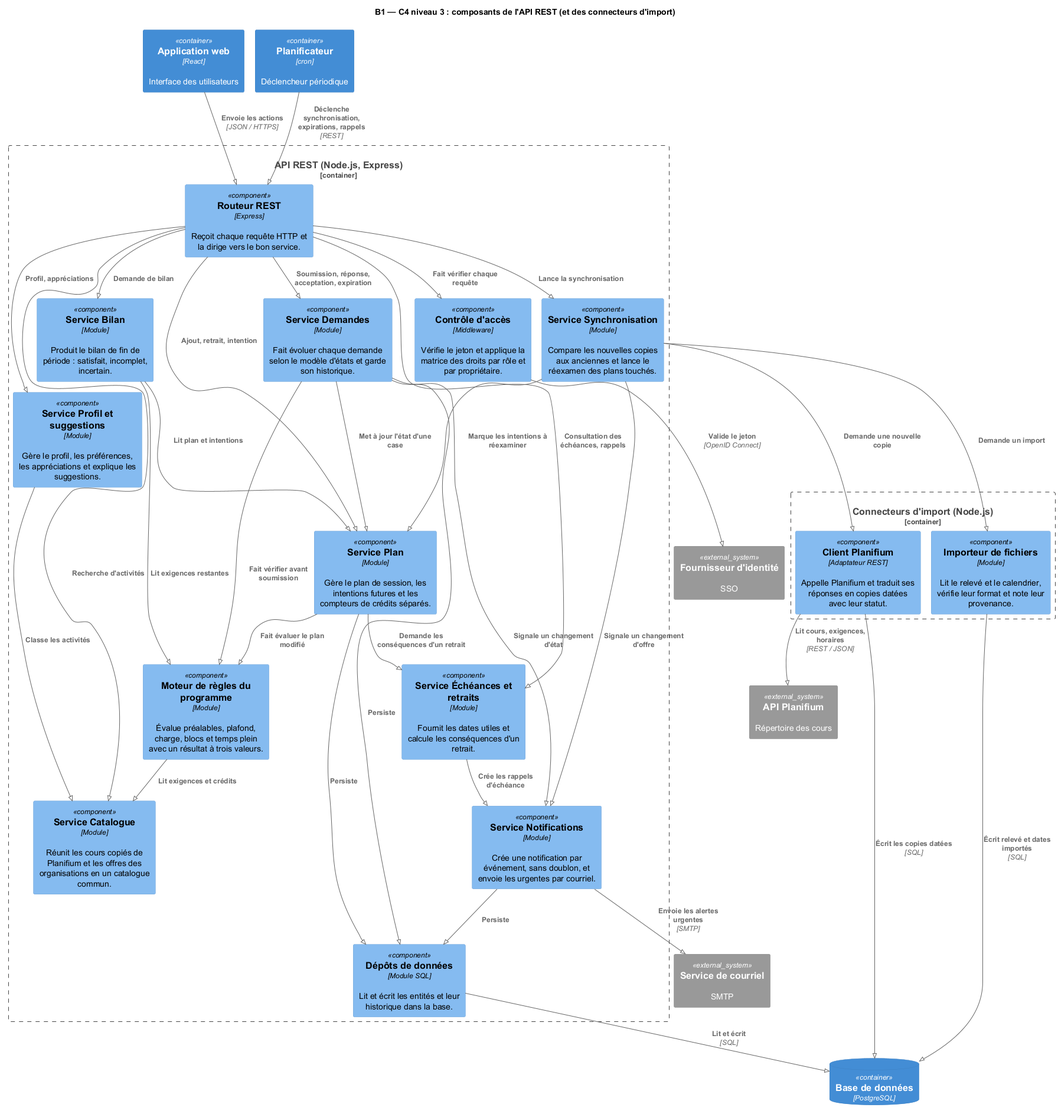
Earlier version of the PlantUML export phase2/diagrammes/B1-C4-Niveau3.png (Nada-ch12/IFT2255-equipe22). Source of this version:
```plantuml
@startuml B1-C4-Niveau3
!pragma layout smetana
!include <C4/C4_Component>
LAYOUT_TOP_DOWN()
title B1 — C4 niveau 3 : composants de l'API REST (et des connecteurs d'import)

Container(web, "Application web", "React", "Interface des utilisateurs")
Container(cron, "Planificateur", "cron", "Déclencheur périodique")
ContainerDb(db, "Base de données", "PostgreSQL")
System_Ext(idp, "Fournisseur d'identité", "SSO")
System_Ext(mail, "Service de courriel", "SMTP")
System_Ext(planif, "API Planifium", "Répertoire des cours")

Container_Boundary(api, "API REST (Node.js, Express)") {
  Component(rout, "Routeur REST", "Express", "Reçoit chaque requête HTTP et la dirige vers le bon service.")
  Component(acces, "Contrôle d'accès", "Middleware", "Vérifie le jeton et applique la matrice des droits par rôle et par propriétaire.")
  Component(profil, "Service Profil et suggestions", "Module", "Gère le profil, les préférences, les appréciations et explique les suggestions.")
  Component(cata, "Service Catalogue", "Module", "Réunit les cours copiés de Planifium et les offres des organisations en un catalogue commun.")
  Component(plan, "Service Plan", "Module", "Gère le plan de session, les intentions futures et les compteurs de crédits séparés.")
  Component(regles, "Moteur de règles du programme", "Module", "Évalue préalables, plafond, charge, blocs et temps plein avec un résultat à trois valeurs.")
  Component(dem, "Service Demandes", "Module", "Fait évoluer chaque demande selon le modèle d'états et garde son historique.")
  Component(ech, "Service Échéances et retraits", "Module", "Fournit les dates utiles et calcule les conséquences d'un retrait.")
  Component(notif, "Service Notifications", "Module", "Crée une notification par événement, sans doublon, et envoie les urgentes par courriel.")
  Component(sync, "Service Synchronisation", "Module", "Compare les nouvelles copies aux anciennes et lance le réexamen des plans touchés.")
  Component(bilan, "Service Bilan", "Module", "Produit le bilan de fin de période : satisfait, incomplet, incertain.")
  Component(depots, "Dépôts de données", "Module SQL", "Lit et écrit les entités et leur historique dans la base.")
}

Container_Boundary(conn, "Connecteurs d'import (Node.js)") {
  Component(cliP, "Client Planifium", "Adaptateur REST", "Appelle Planifium et traduit ses réponses en copies datées avec leur statut.")
  Component(impF, "Importeur de fichiers", "Module", "Lit le relevé et le calendrier, vérifie leur format et note leur provenance.")
}

Rel(web, rout, "Envoie les actions", "JSON / HTTPS")
Rel(rout, acces, "Fait vérifier chaque requête")
Rel(acces, idp, "Valide le jeton", "OpenID Connect")
Rel(rout, profil, "Profil, appréciations")
Rel(rout, cata, "Recherche d'activités")
Rel(rout, plan, "Ajout, retrait, intention")
Rel(rout, dem, "Soumission, réponse, acceptation, expiration")
Rel(rout, ech, "Consultation des échéances, rappels")
Rel(rout, bilan, "Demande de bilan")
Rel(rout, sync, "Lance la synchronisation")
Rel(plan, regles, "Fait évaluer le plan modifié")
Rel(dem, regles, "Fait vérifier avant soumission")
Rel(regles, cata, "Lit exigences et crédits")
Rel(dem, plan, "Met à jour l'état d'une case")
Rel(plan, ech, "Demande les conséquences d'un retrait")
Rel(dem, notif, "Signale un changement d'état")
Rel(sync, plan, "Marque les intentions à réexaminer")
Rel(sync, notif, "Signale un changement d'offre")
Rel(ech, notif, "Crée les rappels d'échéance")
Rel(bilan, plan, "Lit plan et intentions")
Rel(bilan, regles, "Lit exigences restantes")
Rel(profil, cata, "Classe les activités")
Rel(cron, rout, "Déclenche synchronisation, expirations, rappels", "REST")
Rel(sync, cliP, "Demande une nouvelle copie")
Rel(sync, impF, "Demande un import")
Rel(cliP, planif, "Lit cours, exigences, horaires", "REST / JSON")
Rel(notif, mail, "Envoie les alertes urgentes", "SMTP")
Rel(depots, db, "Lit et écrit", "SQL")
Rel(cliP, db, "Écrit les copies datées", "SQL")
Rel(impF, db, "Écrit relevé et dates importés", "SQL")
Rel_D(plan, depots, "Persiste")
Rel_D(dem, depots, "Persiste")
Rel_D(notif, depots, "Persiste")
@enduml
```
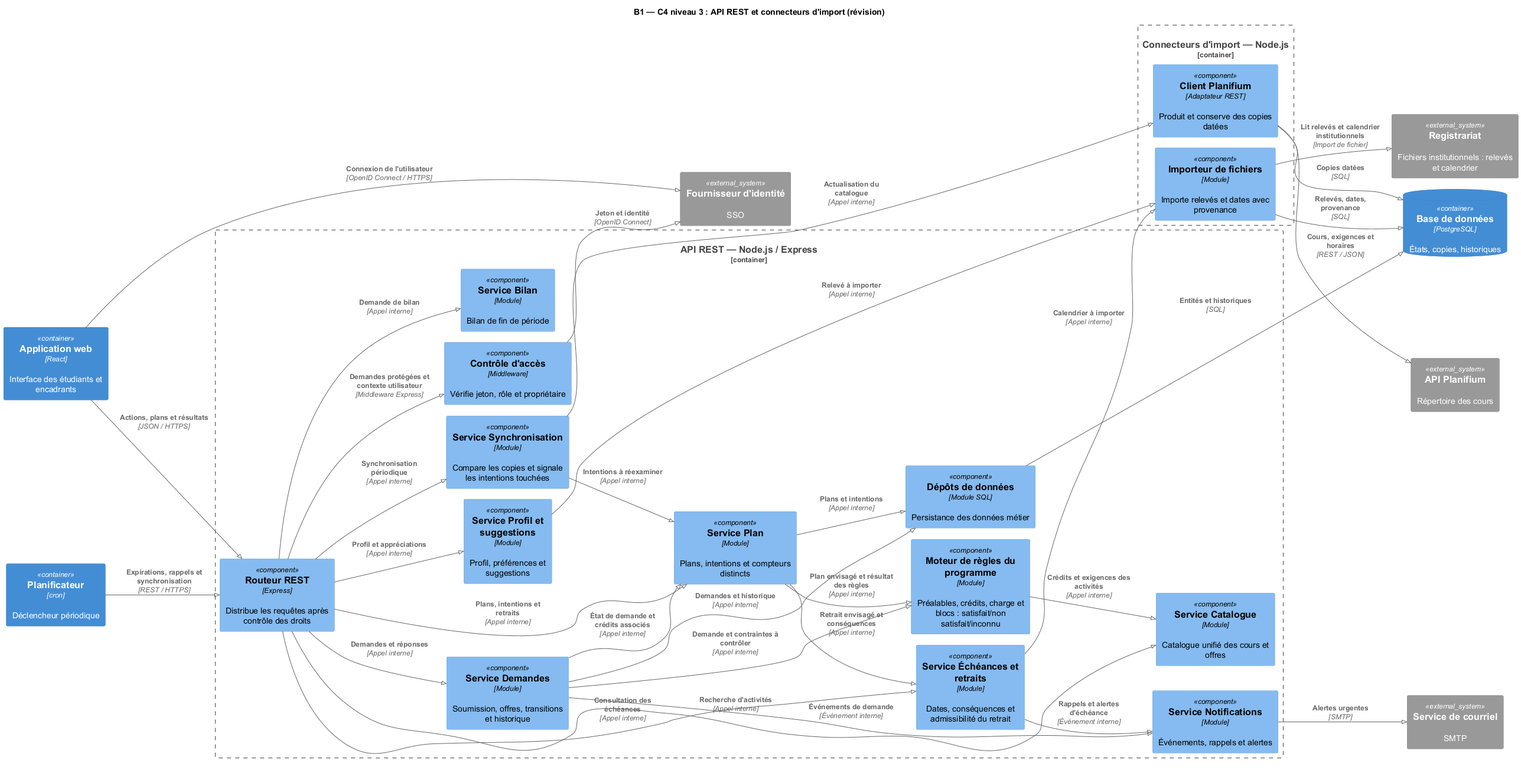
Above is the later version.

The edit, as a diff of the source:
```diff
@@ -1,67 +1,76 @@
 @startuml B1-C4-Niveau3
 !pragma layout smetana
 !include <C4/C4_Component>
-LAYOUT_TOP_DOWN()
-title B1 — C4 niveau 3 : composants de l'API REST (et des connecteurs d'import)
+LAYOUT_LEFT_RIGHT()
+title B1 — C4 niveau 3 : API REST et connecteurs d'import (révision)
 
-Container(web, "Application web", "React", "Interface des utilisateurs")
+Container(web, "Application web", "React", "Interface des étudiants et encadrants")
 Container(cron, "Planificateur", "cron", "Déclencheur périodique")
-ContainerDb(db, "Base de données", "PostgreSQL")
+ContainerDb(db, "Base de données", "PostgreSQL", "États, copies, historiques")
 System_Ext(idp, "Fournisseur d'identité", "SSO")
 System_Ext(mail, "Service de courriel", "SMTP")
 System_Ext(planif, "API Planifium", "Répertoire des cours")
+System_Ext(registrariat, "Registrariat", "Fichiers institutionnels : relevés et calendrier")
 
-Container_Boundary(api, "API REST (Node.js, Express)") {
-  Component(rout, "Routeur REST", "Express", "Reçoit chaque requête HTTP et la dirige vers le bon service.")
-  Component(acces, "Contrôle d'accès", "Middleware", "Vérifie le jeton et applique la matrice des droits par rôle et par propriétaire.")
-  Component(profil, "Service Profil et suggestions", "Module", "Gère le profil, les préférences, les appréciations et explique les suggestions.")
-  Component(cata, "Service Catalogue", "Module", "Réunit les cours copiés de Planifium et les offres des organisations en un catalogue commun.")
-  Component(plan, "Service Plan", "Module", "Gère le plan de session, les intentions futures et les compteurs de crédits séparés.")
-  Component(regles, "Moteur de règles du programme", "Module", "Évalue préalables, plafond, charge, blocs et temps plein avec un résultat à trois valeurs.")
-  Component(dem, "Service Demandes", "Module", "Fait évoluer chaque demande selon le modèle d'états et garde son historique.")
-  Component(ech, "Service Échéances et retraits", "Module", "Fournit les dates utiles et calcule les conséquences d'un retrait.")
-  Component(notif, "Service Notifications", "Module", "Crée une notification par événement, sans doublon, et envoie les urgentes par courriel.")
-  Component(sync, "Service Synchronisation", "Module", "Compare les nouvelles copies aux anciennes et lance le réexamen des plans touchés.")
-  Component(bilan, "Service Bilan", "Module", "Produit le bilan de fin de période : satisfait, incomplet, incertain.")
-  Component(depots, "Dépôts de données", "Module SQL", "Lit et écrit les entités et leur historique dans la base.")
+Container_Boundary(api, "API REST — Node.js / Express") {
+  Component(rout, "Routeur REST", "Express", "Distribue les requêtes après contrôle des droits")
+  Component(acces, "Contrôle d'accès", "Middleware", "Vérifie jeton, rôle et propriétaire")
+  Component(profil, "Service Profil et suggestions", "Module", "Profil, préférences et suggestions")
+  Component(cata, "Service Catalogue", "Module", "Catalogue unifié des cours et offres")
+  Component(plan, "Service Plan", "Module", "Plans, intentions et compteurs distincts")
+  Component(regles, "Moteur de règles du programme", "Module", "Préalables, crédits, charge et blocs : satisfait/non satisfait/inconnu")
+  Component(dem, "Service Demandes", "Module", "Soumission, offres, transitions et historique")
+  Component(ech, "Service Échéances et retraits", "Module", "Dates, conséquences et admissibilité du retrait")
+  Component(notif, "Service Notifications", "Module", "Événements, rappels et alertes")
+  Component(sync, "Service Synchronisation", "Module", "Compare les copies et signale les intentions touchées")
+  Component(bilan, "Service Bilan", "Module", "Bilan de fin de période")
+  Component(depots, "Dépôts de données", "Module SQL", "Persistance des données métier")
+}
+Container_Boundary(conn, "Connecteurs d'import — Node.js") {
+  Component(cliP, "Client Planifium", "Adaptateur REST", "Produit et conserve des copies datées")
+  Component(impF, "Importeur de fichiers", "Module", "Importe relevés et dates avec provenance")
 }
 
-Container_Boundary(conn, "Connecteurs d'import (Node.js)") {
-  Component(cliP, "Client Planifium", "Adaptateur REST", "Appelle Planifium et traduit ses réponses en copies datées avec leur statut.")
-  Component(impF, "Importeur de fichiers", "Module", "Lit le relevé et le calendrier, vérifie leur format et note leur provenance.")
-}
+Rel(web, rout, "Actions, plans et résultats", "JSON / HTTPS")
+Rel(web, idp, "Connexion de l'utilisateur", "OpenID Connect / HTTPS")
+Rel(cron, rout, "Expirations, rappels et synchronisation", "REST / HTTPS")
+Rel(rout, acces, "Demandes protégées et contexte utilisateur", "Middleware Express")
+Rel(acces, idp, "Jeton et identité", "OpenID Connect")
 
-Rel(web, rout, "Envoie les actions", "JSON / HTTPS")
-Rel(rout, acces, "Fait vérifier chaque requête")
-Rel(acces, idp, "Valide le jeton", "OpenID Connect")
-Rel(rout, profil, "Profil, appréciations")
-Rel(rout, cata, "Recherche d'activités")
-Rel(rout, plan, "Ajout, retrait, intention")
-Rel(rout, dem, "Soumission, réponse, acceptation, expiration")
-Rel(rout, ech, "Consultation des échéances, rappels")
-Rel(rout, bilan, "Demande de bilan")
-Rel(rout, sync, "Lance la synchronisation")
-Rel(plan, regles, "Fait évaluer le plan modifié")
-Rel(dem, regles, "Fait vérifier avant soumission")
-Rel(regles, cata, "Lit exigences et crédits")
-Rel(dem, plan, "Met à jour l'état d'une case")
-Rel(plan, ech, "Demande les conséquences d'un retrait")
-Rel(dem, notif, "Signale un changement d'état")
-Rel(sync, plan, "Marque les intentions à réexaminer")
-Rel(sync, notif, "Signale un changement d'offre")
-Rel(ech, notif, "Crée les rappels d'échéance")
-Rel(bilan, plan, "Lit plan et intentions")
-Rel(bilan, regles, "Lit exigences restantes")
-Rel(profil, cata, "Classe les activités")
-Rel(cron, rout, "Déclenche synchronisation, expirations, rappels", "REST")
-Rel(sync, cliP, "Demande une nouvelle copie")
-Rel(sync, impF, "Demande un import")
-Rel(cliP, planif, "Lit cours, exigences, horaires", "REST / JSON")
-Rel(notif, mail, "Envoie les alertes urgentes", "SMTP")
-Rel(depots, db, "Lit et écrit", "SQL")
-Rel(cliP, db, "Écrit les copies datées", "SQL")
-Rel(impF, db, "Écrit relevé et dates importés", "SQL")
-Rel_D(plan, depots, "Persiste")
-Rel_D(dem, depots, "Persiste")
-Rel_D(notif, depots, "Persiste")
+Rel(rout, profil, "Profil et appréciations", "Appel interne")
+Rel(rout, cata, "Recherche d'activités", "Appel interne")
+Rel(rout, plan, "Plans, intentions et retraits", "Appel interne")
+Rel(rout, dem, "Demandes et réponses", "Appel interne")
+Rel(rout, ech, "Consultation des échéances", "Appel interne")
+Rel(rout, sync, "Synchronisation périodique", "Appel interne")
+Rel(rout, bilan, "Demande de bilan", "Appel interne")
+
+Rel(dem, regles, "Demande et contraintes à contrôler", "Appel interne")
+Rel(regles, cata, "Crédits et exigences des activités", "Appel interne")
+Rel(dem, plan, "État de demande et crédits associés", "Appel interne")
+Rel(plan, regles, "Plan envisagé et résultat des règles", "Appel interne")
+Rel(plan, ech, "Retrait envisagé et conséquences", "Appel interne")
+Rel(dem, notif, "Événements de demande", "Événement interne")
+Rel(ech, notif, "Rappels et alertes d'échéance", "Événement interne")
+Rel(sync, plan, "Intentions à réexaminer", "Appel interne")
+Rel(sync, cliP, "Actualisation du catalogue", "Appel interne")
+Rel(profil, impF, "Relevé à importer", "Appel interne")
+Rel(ech, impF, "Calendrier à importer", "Appel interne")
+
+Rel(cliP, planif, "Cours, exigences et horaires", "REST / JSON")
+Rel(impF, registrariat, "Lit relevés et calendrier institutionnels", "Import de fichier")
+Rel(cliP, db, "Copies datées", "SQL")
+Rel(impF, db, "Relevés, dates, provenance", "SQL")
+Rel(plan, depots, "Plans et intentions", "Appel interne")
+Rel(dem, depots, "Demandes et historique", "Appel interne")
+Rel(depots, db, "Entités et historiques", "SQL")
+Rel(notif, mail, "Alertes urgentes", "SMTP")
+
+Lay_R(rout, plan)
+Lay_R(plan, regles)
+Lay_R(regles, depots)
+Lay_D(rout, dem)
+Lay_D(dem, ech)
+Lay_D(ech, notif)
+Lay_D(sync, cliP)
 @enduml
```
